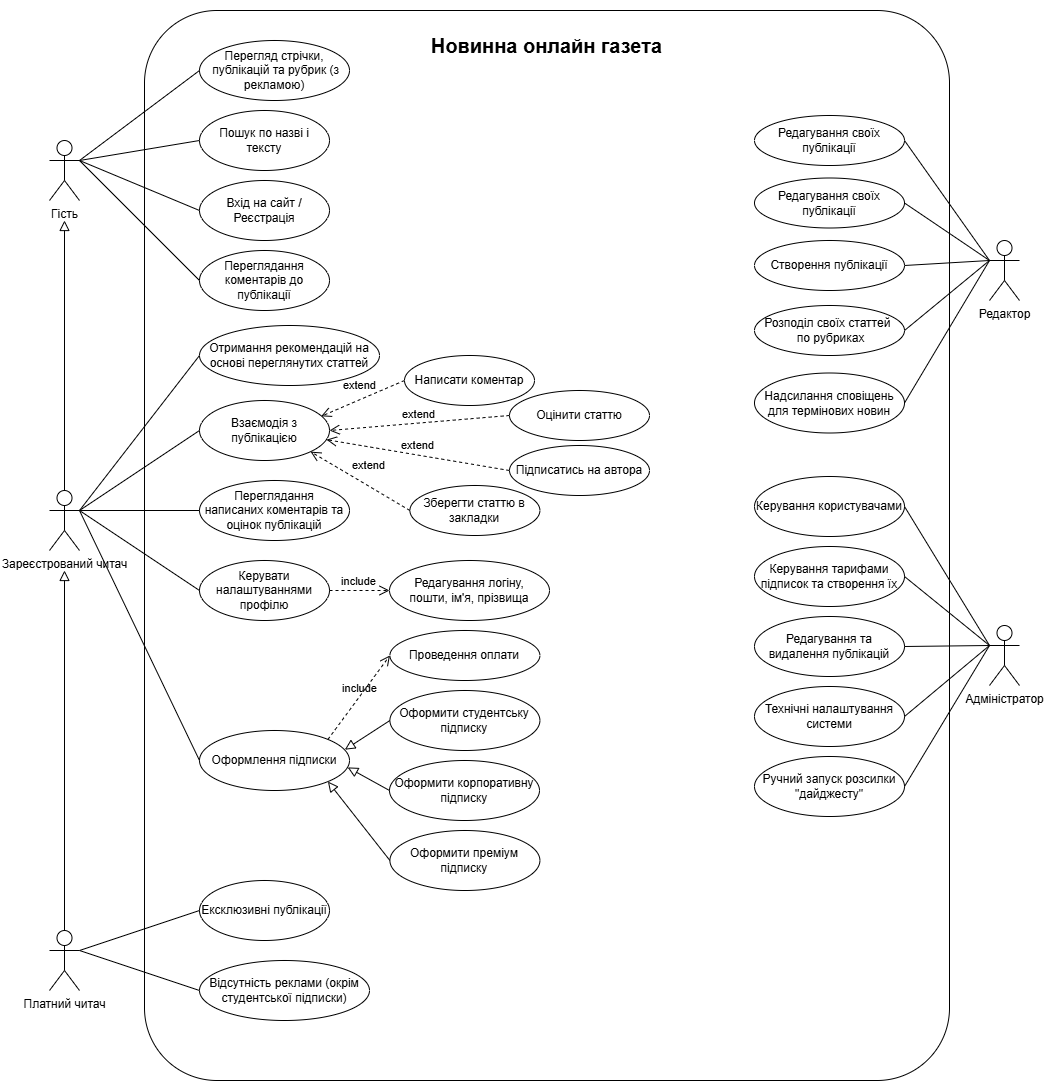
Earlier version of the draw.io export diagrams/use_case.drawio.png (Dubyk-Yura/Online_Newspaper_Curse_work). Source tidied: cells renumbered, new cells last; positions are measured from the earlier drawing's top-left corner, leaving out a move shared by most shapes.
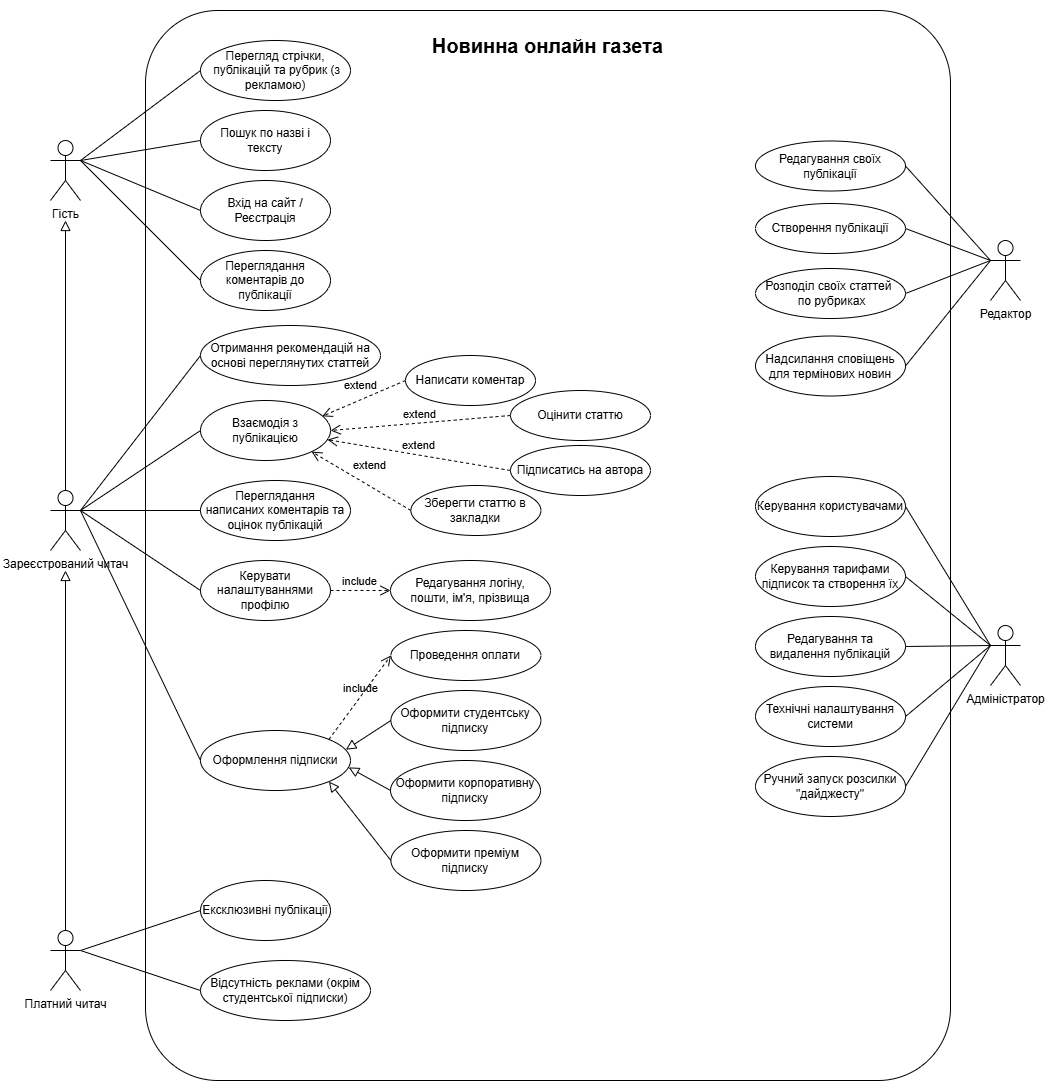
Later version of the same file.

Commit message:
delete dublication in usecase diagram

Change to the diagram source:
```diff
@@ -165,13 +165,13 @@
       <mxGeometry x="0.01" relative="1" as="geometry" />
     </mxCell>
     <mxCell id="52" value="Створення публікації" style="ellipse;whiteSpace=wrap;html=1;" parent="1" vertex="1">
-      <mxGeometry x="755" y="240" width="150" height="50" as="geometry" />
+      <mxGeometry x="755" y="203" width="150" height="50" as="geometry" />
     </mxCell>
     <mxCell id="53" value="Розподіл своїх статтей&amp;nbsp; &amp;nbsp;по рубриках" style="ellipse;whiteSpace=wrap;html=1;" parent="1" vertex="1">
-      <mxGeometry x="755" y="305" width="150" height="50" as="geometry" />
+      <mxGeometry x="755" y="268" width="150" height="50" as="geometry" />
     </mxCell>
     <mxCell id="54" value="Надсилання&amp;nbsp;сповіщень для термінових новин" style="ellipse;whiteSpace=wrap;html=1;" parent="1" vertex="1">
-      <mxGeometry x="755" y="372.5" width="150" height="60" as="geometry" />
+      <mxGeometry x="755" y="335.5" width="150" height="60" as="geometry" />
     </mxCell>
     <mxCell id="55" style="endArrow=none;html=1;entryX=1;entryY=0.5;entryDx=0;entryDy=0;exitX=0;exitY=0.3333333333333333;exitDx=0;exitDy=0;exitPerimeter=0;" parent="1" edge="1" source="12" target="52">
       <mxGeometry relative="1" as="geometry" />
@@ -228,16 +228,10 @@
       <mxGeometry relative="1" as="geometry" />
     </mxCell>
     <mxCell id="73" value="Редагування своїх публікації" style="ellipse;whiteSpace=wrap;html=1;" parent="1" vertex="1">
-      <mxGeometry x="755" y="177.5" width="150" height="50" as="geometry" />
+      <mxGeometry x="755" y="140.5" width="150" height="50" as="geometry" />
     </mxCell>
     <mxCell id="74" style="endArrow=none;html=1;entryX=1;entryY=0.5;entryDx=0;entryDy=0;exitX=0;exitY=0.3333333333333333;exitDx=0;exitDy=0;exitPerimeter=0;" parent="1" edge="1" source="12" target="73">
       <mxGeometry relative="1" as="geometry" />
     </mxCell>
-    <mxCell id="75" value="Редагування своїх публікації" style="ellipse;whiteSpace=wrap;html=1;" parent="1" vertex="1">
-      <mxGeometry x="755" y="115" width="150" height="50" as="geometry" />
-    </mxCell>
-    <mxCell id="76" style="endArrow=none;html=1;entryX=1;entryY=0.5;entryDx=0;entryDy=0;exitX=0;exitY=0.3333333333333333;exitDx=0;exitDy=0;exitPerimeter=0;" parent="1" edge="1" source="12" target="75">
-      <mxGeometry relative="1" as="geometry" />
-    </mxCell>
   </root>
 </mxGraphModel>
```
